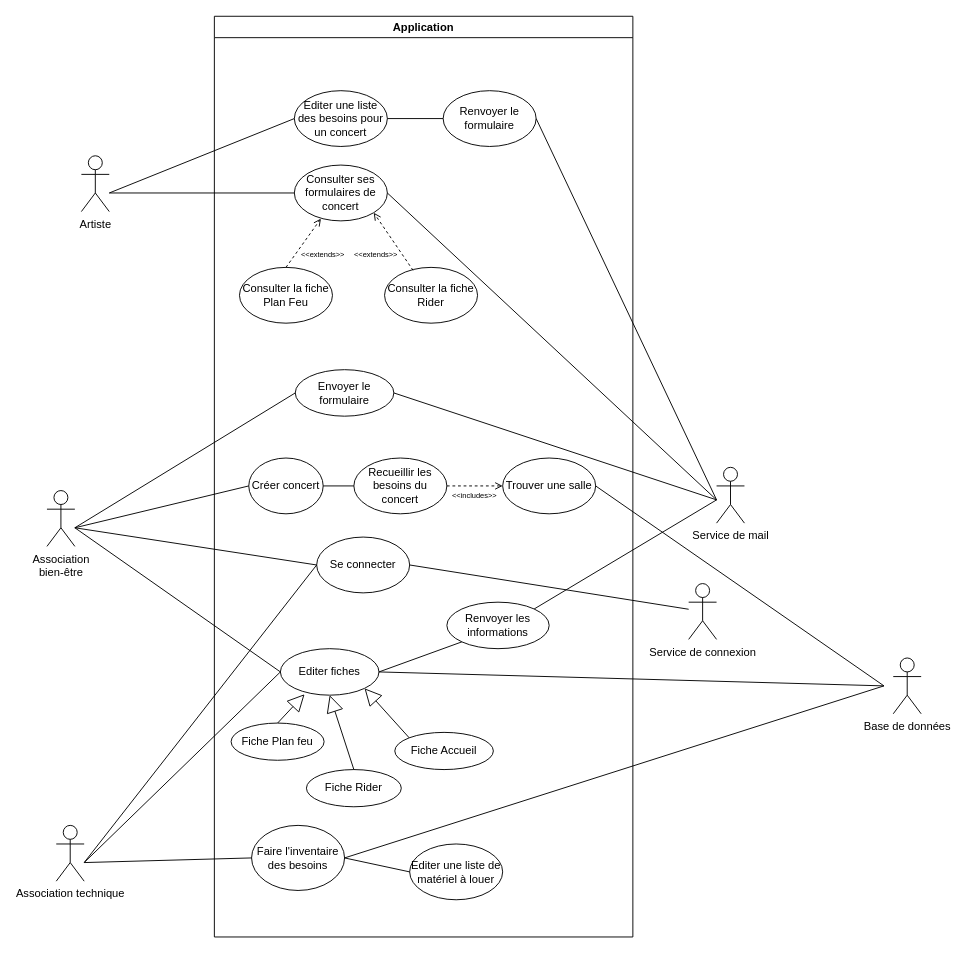
Earlier version of the draw.io diagram diagramme_cas_utilisation/Diagramme_CU.drawio (LeniChabilan/SAE-CONCERT). Source tidied: cells renumbered, new cells numbered last; positions are measured from the earlier drawing's top-left corner, leaving out a move shared by most shapes. Both pictures are drawn from the tidied source at 93%, with x=0, y=0 at pixel (46, 16).
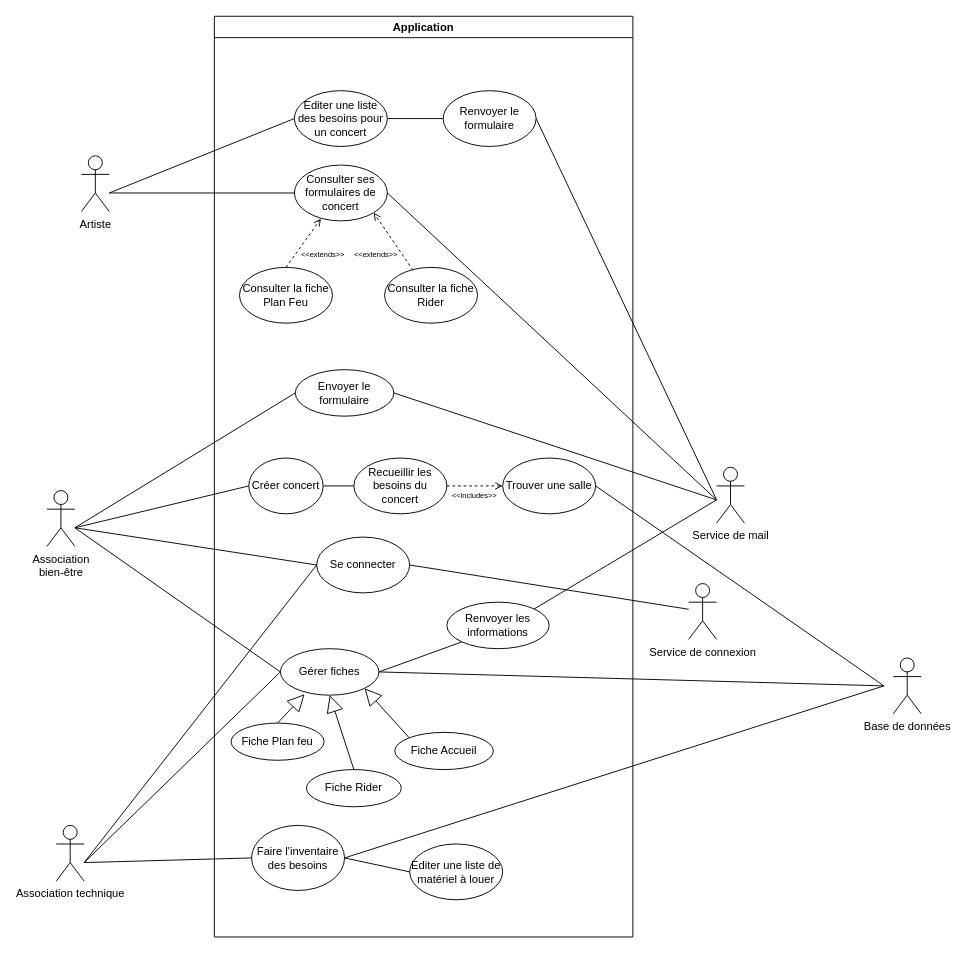
After the change.

The change refers to these unchanged cells:
```xml
<mxCell id="2" value="Application" style="swimlane;whiteSpace=wrap;html=1;" parent="1" vertex="1">
  <mxGeometry x="180" width="450" height="990" as="geometry" />
</mxCell>
```

Change to the diagram source:
```diff
@@
-    <mxCell id="27" value="Editer fiches" style="ellipse;whiteSpace=wrap;html=1;" parent="2" vertex="1">
+    <mxCell id="27" value="Gérer fiches" style="ellipse;whiteSpace=wrap;html=1;" parent="2" vertex="1">
       <mxGeometry x="71" y="680" width="106" height="50" as="geometry" />
     </mxCell>
```
